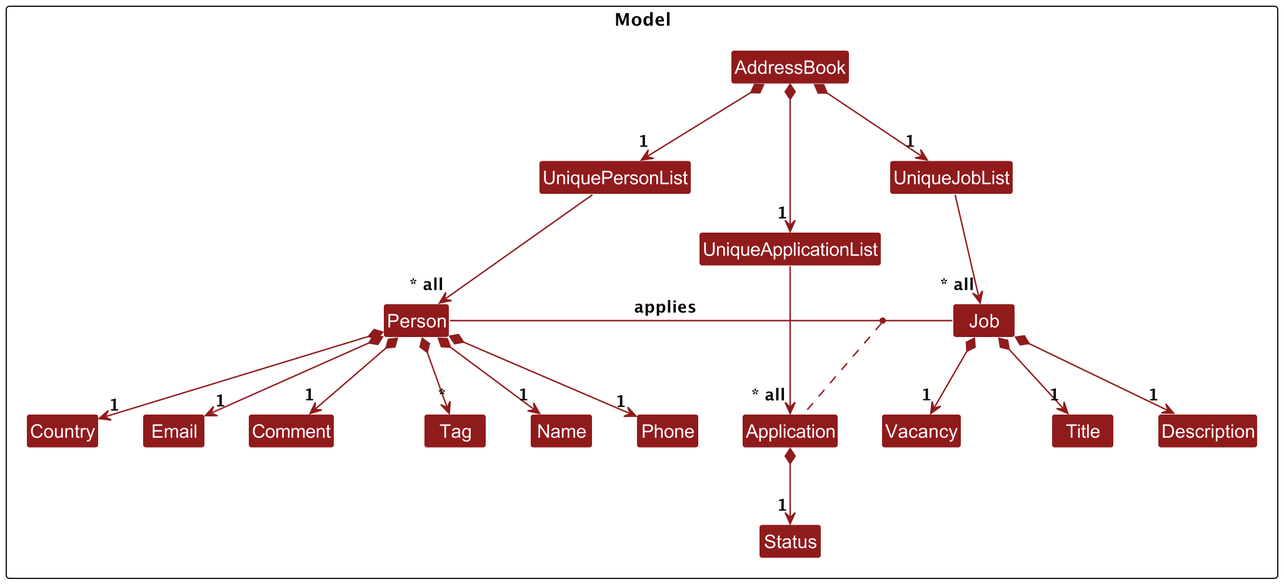
Earlier version of the PlantUML export docs/images/ModelClassAttributeDiagram.png (leeweiming3/tp). Its source is kept beside it as docs/diagrams/ModelClassAttributeDiagram.puml.
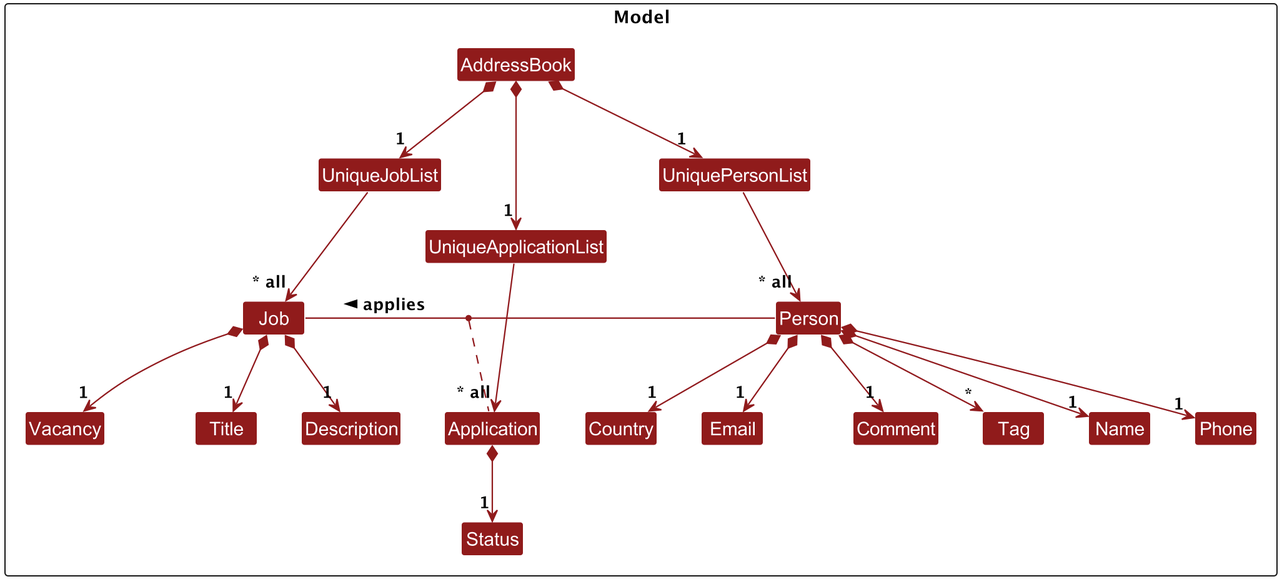
After the change.

Diff of the diagram source:
```diff
@@ -62,7 +62,7 @@
 Title -[hidden]right-> Description
 Description -[hidden]right-> Vacancy
 
-Person - Job: applies
+Job - Person: < applies
 (Person, Job) .. Application
 
 
```
